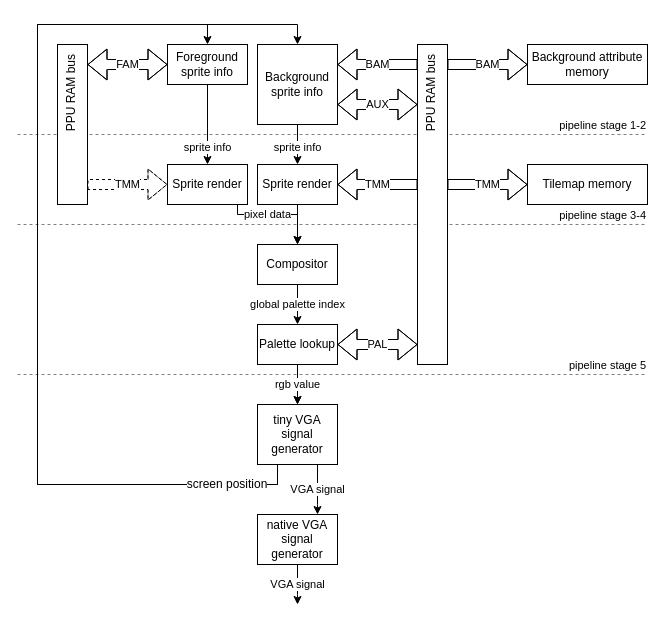
This is page "level-2" (2 of 5) of docs/ppu.drawio from lonkaars/avans-arcade, a draw.io file, before an edit. Source tidied: cells renumbered, new cells numbered last; positions are measured from the earlier drawing's top-left corner, leaving out a move shared by most shapes. Both pictures are drawn from the tidied source at 100%, with x=0, y=0 at pixel (17, 24).
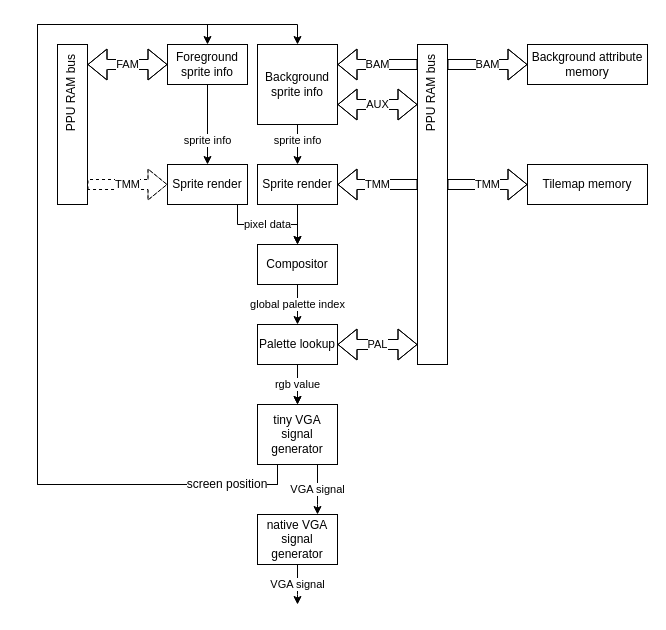
The same diagram, later.

Unchanged cells that the change refers to:
```xml
<mxCell id="7" value="Background sprite info" style="rounded=0;whiteSpace=wrap;html=1;" parent="1" vertex="1">
  <mxGeometry x="240" y="20" width="80" height="80" as="geometry" />
</mxCell>
<mxCell id="10" value="Foreground sprite info" style="rounded=0;whiteSpace=wrap;html=1;" parent="1" vertex="1">
  <mxGeometry x="150" y="20" width="80" height="40" as="geometry" />
</mxCell>
<mxCell id="12" value="Compositor" style="rounded=0;whiteSpace=wrap;html=1;" parent="1" vertex="1">
  <mxGeometry x="240" y="220" width="80" height="40" as="geometry" />
</mxCell>
<mxCell id="24" value="Sprite render" style="rounded=0;whiteSpace=wrap;html=1;" parent="1" vertex="1">
  <mxGeometry x="240" y="140" width="80" height="40" as="geometry" />
</mxCell>
<mxCell id="27" value="Sprite render" style="rounded=0;whiteSpace=wrap;html=1;" parent="1" vertex="1">
  <mxGeometry x="150" y="140" width="80" height="40" as="geometry" />
</mxCell>
```

The edit, as a diff of the source:
```diff
@@
-    <mxCell id="2" value="pipeline stage 1-2" style="endArrow=none;html=1;rounded=0;shadow=0;dashed=1;sketch=0;labelPosition=right;verticalLabelPosition=middle;align=right;verticalAlign=bottom;opacity=50;" parent="1" edge="1">
-      <mxGeometry x="1" relative="1" as="geometry">
-        <mxPoint y="110" as="sourcePoint" />
-        <mxPoint x="630" y="110" as="targetPoint" />
-      </mxGeometry>
-    </mxCell>
-    <mxCell id="3" value="pipeline stage 5" style="endArrow=none;html=1;rounded=0;shadow=0;dashed=1;sketch=0;labelPosition=right;verticalLabelPosition=middle;align=right;verticalAlign=bottom;opacity=50;" parent="1" edge="1">
-      <mxGeometry x="1" relative="1" as="geometry">
-        <mxPoint y="350" as="sourcePoint" />
-        <mxPoint x="630" y="350" as="targetPoint" />
-      </mxGeometry>
-    </mxCell>
-    <mxCell id="4" value="pipeline stage 3-4" style="endArrow=none;html=1;rounded=0;shadow=0;dashed=1;sketch=0;labelPosition=right;verticalLabelPosition=middle;align=right;verticalAlign=bottom;opacity=50;" parent="1" edge="1">
-      <mxGeometry x="1" relative="1" as="geometry">
-        <mxPoint y="200" as="sourcePoint" />
-        <mxPoint x="630" y="200" as="targetPoint" />
-      </mxGeometry>
-    </mxCell>
-    <mxCell id="5" value="sprite info" style="edgeStyle=orthogonalEdgeStyle;rounded=0;sketch=0;jettySize=auto;html=1;shadow=0;startArrow=none;startFill=0;verticalAlign=bottom;spacingBottom=8;" parent="1" edge="1" source="7" target="24">
-      <mxGeometry x="1" relative="1" as="geometry" />
+    <mxCell id="5" value="sprite info" style="edgeStyle=orthogonalEdgeStyle;rounded=0;sketch=0;jettySize=auto;html=1;shadow=0;startArrow=none;startFill=0;verticalAlign=middle;spacingBottom=8;" parent="1" edge="1" source="7" target="24">
+      <mxGeometry relative="1" as="geometry" />
     </mxCell>
@@
-    <mxCell id="8" value="sprite info" style="edgeStyle=orthogonalEdgeStyle;rounded=0;sketch=0;jettySize=auto;html=1;shadow=0;startArrow=none;startFill=0;verticalAlign=bottom;spacingBottom=8;" parent="1" edge="1" source="10" target="27">
-      <mxGeometry x="1" relative="1" as="geometry" />
+    <mxCell id="8" value="sprite info" style="edgeStyle=orthogonalEdgeStyle;rounded=0;sketch=0;jettySize=auto;html=1;shadow=0;startArrow=none;startFill=0;verticalAlign=middle;spacingBottom=8;" parent="1" edge="1" source="10" target="27">
+      <mxGeometry x="0.5" relative="1" as="geometry" />
     </mxCell>
@@
     <mxCell id="25" value="pixel data" style="edgeStyle=orthogonalEdgeStyle;rounded=0;sketch=0;jettySize=auto;html=1;shadow=0;startArrow=none;startFill=0;" parent="1" edge="1" source="27" target="12">
-      <mxGeometry x="-0.2" relative="1" as="geometry">
+      <mxGeometry relative="1" as="geometry">
         <Array as="points">
-          <mxPoint x="220" y="190" />
-          <mxPoint x="280" y="190" />
+          <mxPoint x="220" y="200" />
+          <mxPoint x="280" y="200" />
         </Array>
       </mxGeometry>
     </mxCell>
```
